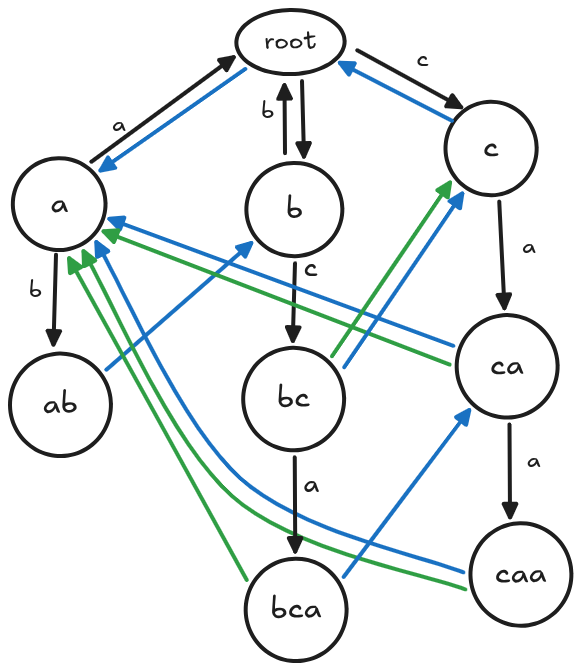
JoelitonEPJ/profanity-trie keeps this Excalidraw diagram as imgs/AhoCorasick.png. Above is the earlier version. Source tidied: one line per element, renumbered; positions are measured from the earlier drawing's top-left corner, leaving out a move shared by most shapes.
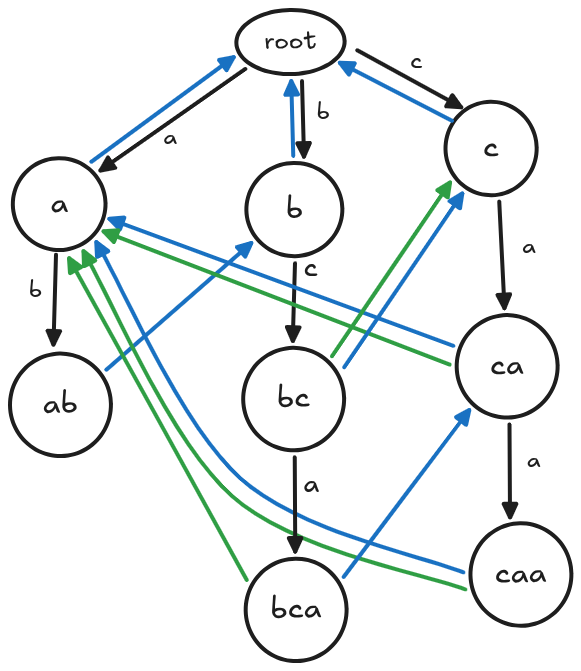
After the commit.

Commit message:
altera imagem

Change to the diagram source:
```diff
@@ -10,7 +10,7 @@
 {"id": 9, "type": "arrow", "strokeColor": "#1e1e1e", "strokeWidth": 4, "roughness": 0, "endArrowhead": "triangle", "x": 347, "y": 40, "width": 104, "height": 57, "points": [[0, 0], [104, 57]]}
 {"id": 10, "type": "ellipse", "strokeColor": "#1e1e1e", "angle": 6.27, "strokeWidth": 4, "roughness": 0, "x": 236, "y": 549, "width": 101, "height": 102}
 {"id": 11, "type": "text", "text": "bca", "strokeColor": "#1e1e1e", "angle": 6.27, "strokeWidth": 1, "roughness": 0, "fontSize": 31.2, "fontFamily": 5, "textAlign": "center", "verticalAlign": "middle", "inside": 10, "x": 260, "y": 580, "width": 51, "height": 39}
-{"id": 12, "type": "arrow", "strokeColor": "#1971c2", "strokeWidth": 4, "roughness": 0, "endArrowhead": "triangle", "from": 0, "to": 2, "x": 235, "y": 59, "width": 145, "height": 102, "points": [[0, 0], [-145, 102]]}
+{"id": 12, "type": "arrow", "strokeColor": "#1e1e1e", "strokeWidth": 4, "roughness": 0, "endArrowhead": "triangle", "from": 0, "to": 2, "x": 235, "y": 59, "width": 145, "height": 102, "points": [[0, 0], [-145, 102]]}
 {"id": 13, "type": "ellipse", "strokeColor": "#1e1e1e", "angle": 6.27, "strokeWidth": 4, "roughness": 0, "x": 447, "y": 305, "width": 101, "height": 102}
 {"id": 14, "type": "text", "text": "ca", "strokeColor": "#1e1e1e", "angle": 6.27, "strokeWidth": 1, "roughness": 0, "fontSize": 31.2, "fontFamily": 5, "textAlign": "center", "verticalAlign": "middle", "inside": 13, "x": 480, "y": 337, "width": 34, "height": 39}
 {"id": 15, "type": "ellipse", "strokeColor": "#1e1e1e", "angle": 6.27, "strokeWidth": 4, "roughness": 0, "x": 460, "y": 513, "width": 101, "height": 102}
@@ -23,13 +23,13 @@
 {"id": 22, "type": "arrow", "strokeColor": "#1e1e1e", "strokeWidth": 4, "roughness": 0, "endArrowhead": "triangle", "from": 7, "to": 13, "x": 489, "y": 192, "width": 5, "height": 107, "points": [[0, 0], [5, 107]]}
 {"id": 23, "type": "arrow", "strokeColor": "#1e1e1e", "strokeWidth": 4, "roughness": 0, "endArrowhead": "triangle", "from": 13, "to": 15, "x": 499, "y": 415, "width": 1, "height": 93, "points": [[0, 0], [1, 93]]}
 {"id": 24, "type": "text", "text": "b", "strokeColor": "#1e1e1e", "strokeWidth": 4, "roughness": 0, "fontSize": 24.26, "fontFamily": 5, "textAlign": "center", "x": 19, "y": 266, "width": 13, "height": 30}
-{"id": 25, "type": "text", "text": "a", "strokeColor": "#1e1e1e", "strokeWidth": 4, "roughness": 0, "fontSize": 24.26, "fontFamily": 5, "textAlign": "center", "x": 102, "y": 100, "width": 14, "height": 30}
+{"id": 25, "type": "text", "text": "a", "strokeColor": "#1e1e1e", "strokeWidth": 4, "roughness": 0, "fontSize": 24.26, "fontFamily": 5, "textAlign": "center", "x": 153, "y": 113, "width": 14, "height": 30}
-{"id": 26, "type": "text", "text": "c", "strokeColor": "#1e1e1e", "strokeWidth": 4, "roughness": 0, "fontSize": 24.26, "fontFamily": 5, "textAlign": "center", "x": 407, "y": 34, "width": 12, "height": 30}
+{"id": 26, "type": "text", "text": "c", "strokeColor": "#1e1e1e", "strokeWidth": 4, "roughness": 0, "fontSize": 24.26, "fontFamily": 5, "textAlign": "center", "x": 400, "y": 37, "width": 12, "height": 30}
-{"id": 27, "type": "text", "text": "b", "strokeColor": "#1e1e1e", "strokeWidth": 4, "roughness": 0, "fontSize": 24.26, "fontFamily": 5, "textAlign": "center", "x": 251, "y": 86, "width": 13, "height": 30}
+{"id": 27, "type": "text", "text": "b", "strokeColor": "#1e1e1e", "strokeWidth": 4, "roughness": 0, "fontSize": 24.26, "fontFamily": 5, "textAlign": "center", "x": 307, "y": 88, "width": 13, "height": 30}
 {"id": 28, "type": "text", "text": "a", "strokeColor": "#1e1e1e", "strokeWidth": 4, "roughness": 0, "fontSize": 24.26, "fontFamily": 5, "textAlign": "center", "x": 512, "y": 221, "width": 14, "height": 30}
-{"id": 29, "type": "arrow", "strokeColor": "#1e1e1e", "strokeWidth": 4, "roughness": 0, "endArrowhead": "triangle", "from": 2, "to": 0, "x": 81, "y": 152, "width": 142, "height": 105, "points": [[0, 0], [142, -105]]}
+{"id": 29, "type": "arrow", "strokeColor": "#1971c2", "strokeWidth": 4, "roughness": 0, "endArrowhead": "triangle", "from": 2, "to": 0, "x": 81, "y": 152, "width": 142, "height": 105, "points": [[0, 0], [142, -105]]}
 {"id": 30, "type": "arrow", "strokeColor": "#1971c2", "strokeWidth": 4, "roughness": 0, "endArrowhead": "triangle", "x": 442, "y": 111, "width": 112, "height": 58, "points": [[0, 0], [-112, -58]]}
-{"id": 31, "type": "arrow", "strokeColor": "#1e1e1e", "strokeWidth": 4, "roughness": 0, "endArrowhead": "triangle", "to": 27, "x": 275, "y": 143, "width": 1, "height": 68, "points": [[0, 0], [-1, -68]]}
+{"id": 31, "type": "arrow", "strokeColor": "#1971c2", "strokeWidth": 4, "roughness": 0, "endArrowhead": "triangle", "from": 4, "to": 0, "x": 283, "y": 146, "width": 2, "height": 75, "points": [[0, 0], [-2, -75]]}
 {"id": 32, "type": "arrow", "strokeColor": "#1971c2", "strokeWidth": 4, "roughness": 0, "endArrowhead": "triangle", "from": 19, "to": 4, "x": 96, "y": 360, "width": 145, "height": 127, "points": [[0, 0], [145, -127]]}
 {"id": 33, "type": "text", "text": "a", "strokeColor": "#1e1e1e", "strokeWidth": 4, "roughness": 0, "fontSize": 24.26, "fontFamily": 5, "textAlign": "center", "x": 517, "y": 436, "width": 14, "height": 30}
 {"id": 34, "type": "arrow", "strokeColor": "#1e1e1e", "strokeWidth": 4, "roughness": 0, "endArrowhead": "triangle", "from": 4, "to": 17, "x": 285, "y": 253, "width": 2, "height": 78, "points": [[0, 0], [-2, 78]]}
```
